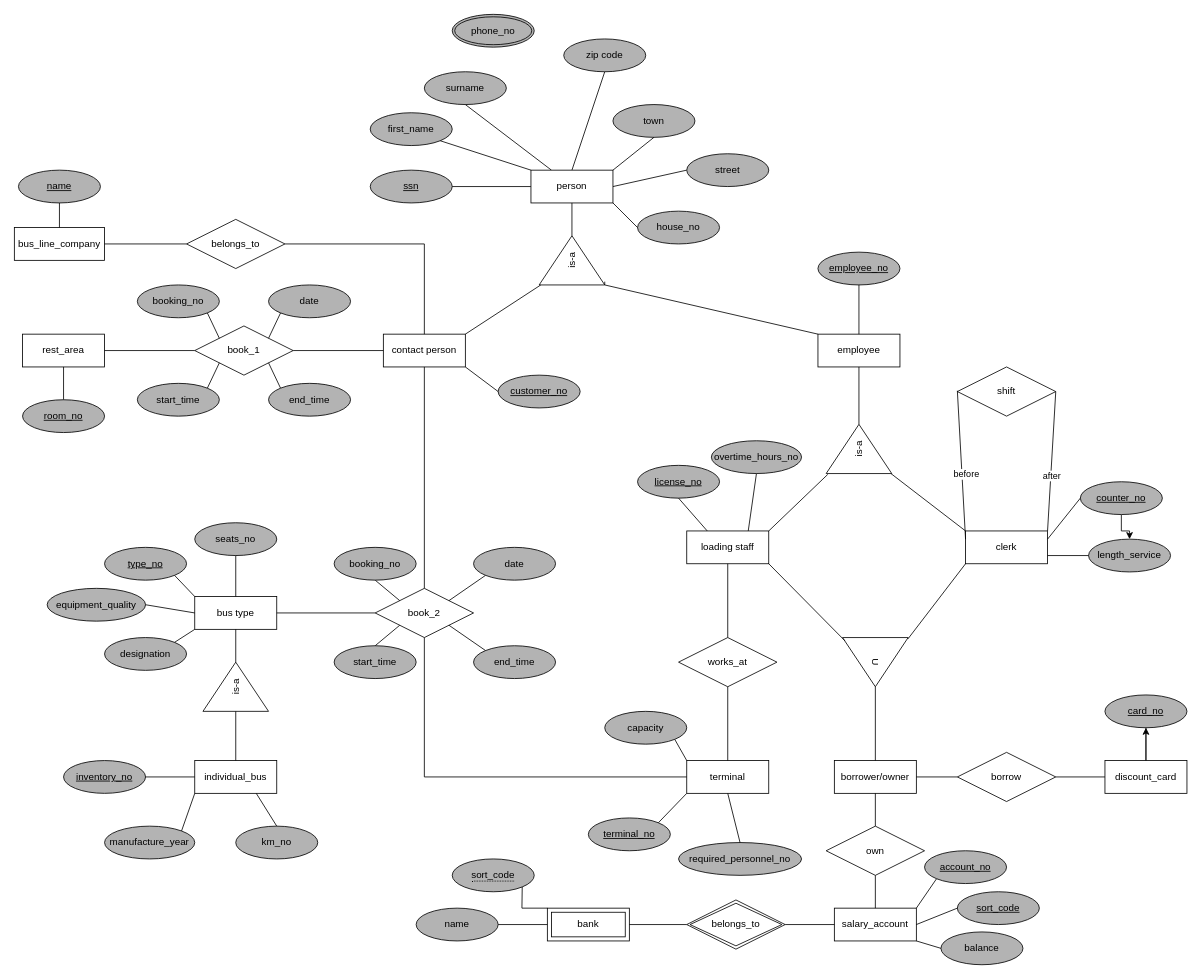
Martinaeht/DBS-Projektgruppe-5_ERM keeps this draw.io diagram as ERM project_group 5.drawio. Above is the earlier version. Source tidied: cells renumbered, new cells numbered last; positions are measured from the earlier drawing's top-left corner, leaving out a move shared by most shapes. Both pictures are drawn from the tidied source at 82%, with x=0, y=0 at pixel (14, 14).
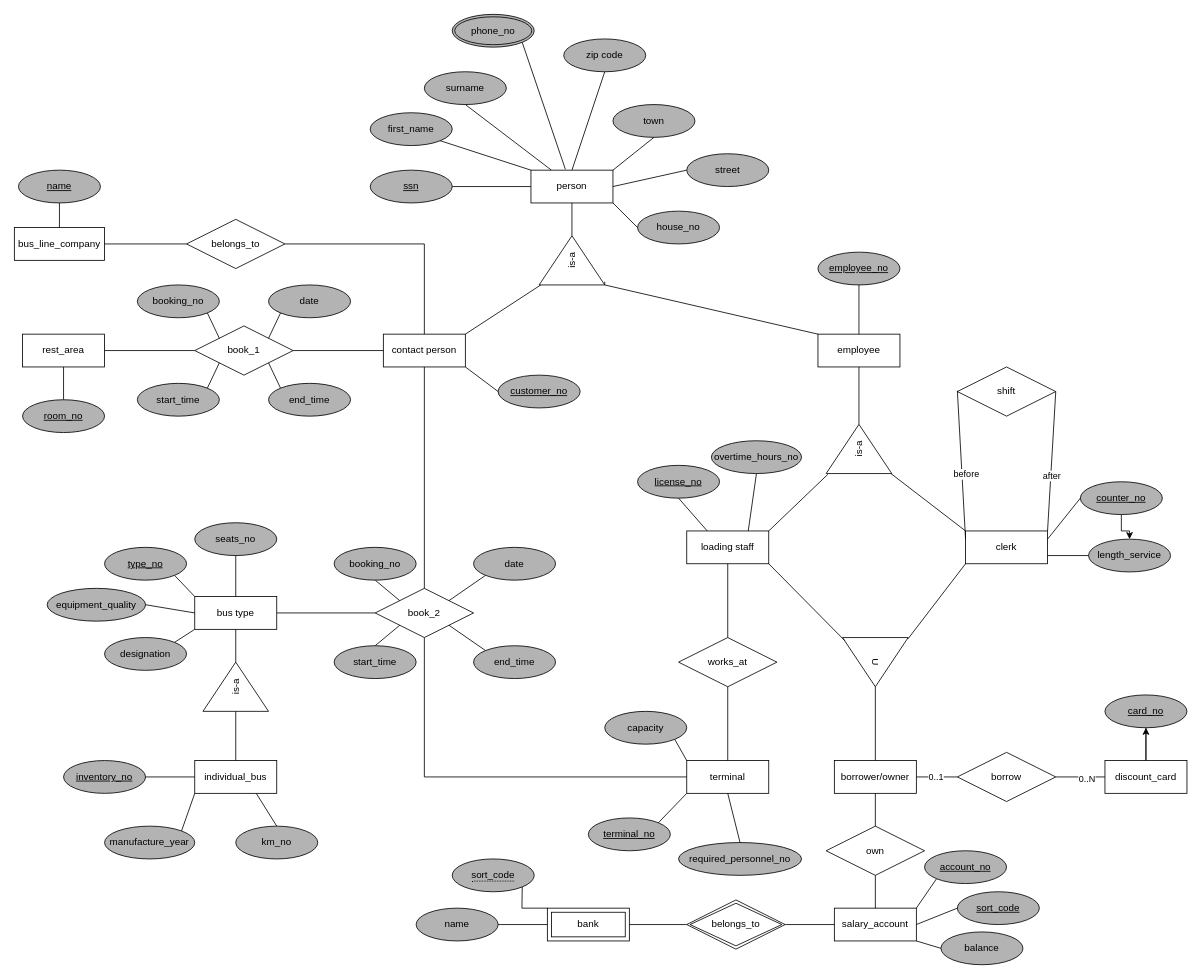
Above is the later version.

The change refers to these unchanged cells:
```xml
<mxCell id="16" value="person" style="whiteSpace=wrap;html=1;align=center;" parent="1" vertex="1">
  <mxGeometry x="630" y="190" width="100" height="40" as="geometry" />
</mxCell>
<mxCell id="21" value="phone_no" style="ellipse;shape=doubleEllipse;margin=3;whiteSpace=wrap;html=1;align=center;fillColor=#B3B3B3;" parent="1" vertex="1">
  <mxGeometry x="534" width="100" height="40" as="geometry" />
</mxCell>
<mxCell id="120" style="endArrow=none;html=1;rounded=0;exitX=1;exitY=0.5;exitDx=0;exitDy=0;entryX=0;entryY=0.5;entryDx=0;entryDy=0;" parent="1" edge="1" source="112" target="115">
  <mxGeometry relative="1" as="geometry" />
</mxCell>
<mxCell id="121" style="endArrow=none;html=1;rounded=0;exitX=1;exitY=0.5;exitDx=0;exitDy=0;entryX=0;entryY=0.5;entryDx=0;entryDy=0;" parent="1" edge="1" source="115" target="114">
  <mxGeometry relative="1" as="geometry" />
</mxCell>
```

Diff of the diagram source:
```diff
@@
+    <mxCell id="141" value="0..1" style="edgeLabel;html=1;align=center;verticalAlign=middle;" parent="120" vertex="1">
+      <mxGeometry x="-0.1" y="1" relative="1" as="geometry" />
+    </mxCell>
@@
+    <mxCell id="142" value="0..N" style="edgeLabel;html=1;align=center;verticalAlign=middle;" parent="121" vertex="1">
+      <mxGeometry x="0.24" y="-2" relative="1" as="geometry" />
+    </mxCell>
@@
+    <mxCell id="143" style="endArrow=none;html=1;rounded=0;exitX=1;exitY=1;exitDx=0;exitDy=0;entryX=0.42;entryY=-0.025;entryDx=0;entryDy=0;entryPerimeter=0;" parent="1" edge="1" source="21" target="16">
+      <mxGeometry relative="1" as="geometry" />
+    </mxCell>
```
